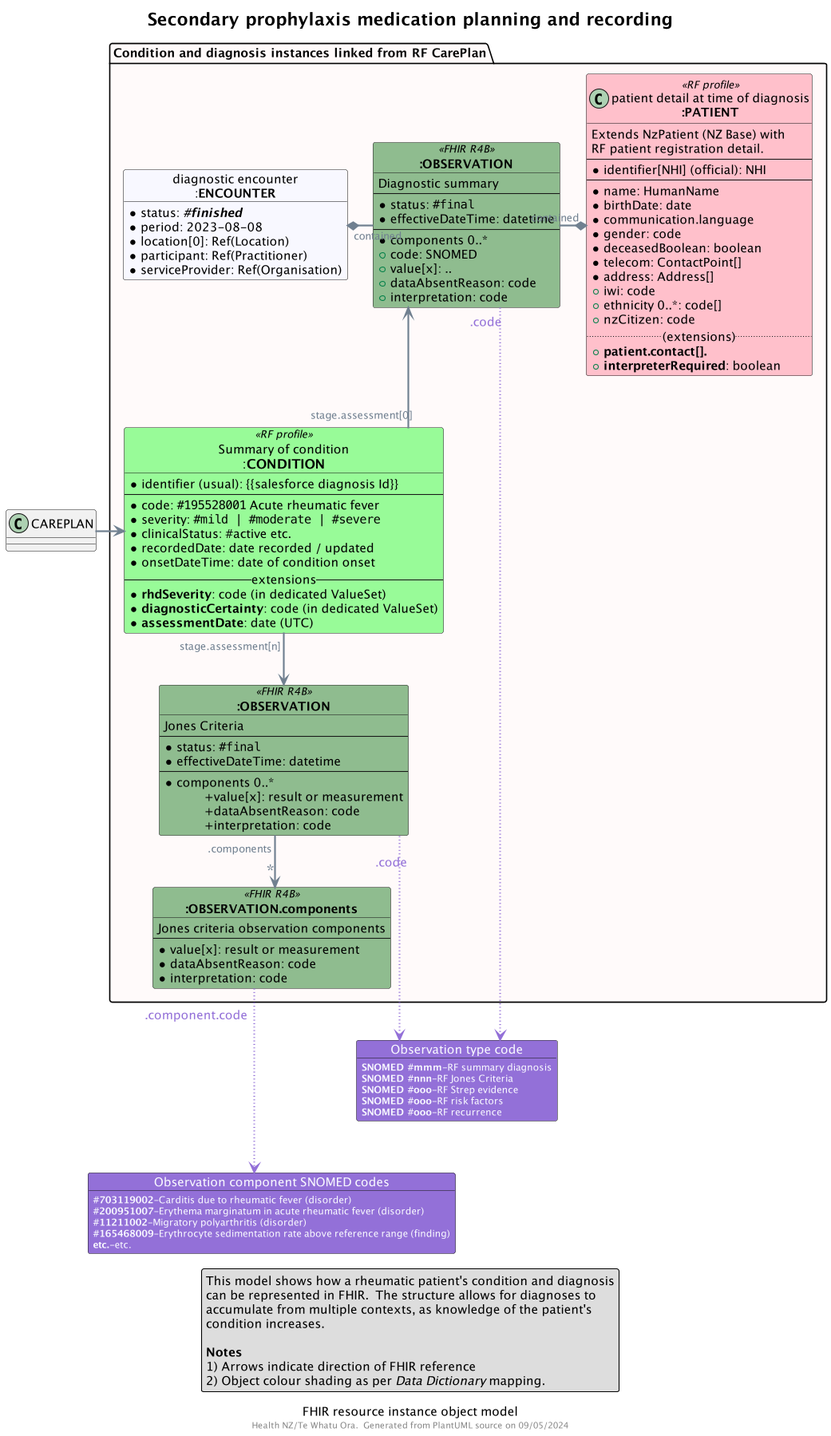
Earlier version of the PlantUML export input/images/obj-FHIR-data-diagnosis.png (tewhatuora/cinc-fhir-ig). Source of this version:
```plantuml
@startuml obj-FHIR-data-diagnosis

top to bottom direction
skinparam dpi 200
allow_mixing
scale 500 width

skinparam ActivityDiamondBackgroundColor #RoyalBlue
skinparam ArrowColor #SlateGrey
skinparam ArrowFontColor #RoyalBlue
skinparam ArrowFontColor #SlateGrey
skinparam ArrowFontSize 12
skinparam ArrowMessageAlignment left
skinparam BoxPadding 10
skinparam linetype ortho
skinparam nodesep 30
skinparam ranksep 60
skinparam roundcorner 5
skinparam sequenceArrowThickness 2
skinparam TitleFontSize 20

caption FHIR resource instance object model
footer "Health NZ/Te Whatu Ora.  Generated from PlantUML source on %date('dd/MM/yyyy')"

!procedure $Coding($Alias,$System,$Code,$Display)
  object "<color:GhostWhite>$System" as $Alias #MediumPurple {
    <color:GhostWhite><size:11>**$Code**-$Display
  }
!endprocedure

!procedure $Quantity($Alias,$Quantity,$Value,$Unit)
  object "<color:GhostWhite><size:12>$Quantity</color>" as $Alias #DimGrey {
    <color:GhostWhite><size:11>**$Value** ""$Unit""
  }
!endprocedure

title "Secondary prophylaxis medication planning and recording"

package "Condition and diagnosis instances linked from RF CarePlan" as Activities #Snow {

  object "Summary of condition\n<size:15>:**CONDITION**" as RFCOND <<RF profile>> #PaleGreen {
    * identifier (usual): {{salesforce diagnosis Id}}
    ---
     * code: ""#195528001"" Acute rheumatic fever
     * severity: ""#mild | #moderate | #severe""
     * clinicalStatus: #active etc.
     * recordedDate: date recorded / updated
     * onsetDateTime: date of condition onset
    -- extensions --
      * **rhdSeverity**: code (in dedicated ValueSet)
      * **diagnosticCertainty**: code (in dedicated ValueSet)
      * **assessmentDate**: date (UTC)
  }

  object "**:OBSERVATION**" as OBS1 <<FHIR R4B>> #DarkSeaGreen {
    Diagnostic summary
    ---
    * status: ""#final""
    * effectiveDateTime: datetime
    ---
    * components 0..*
    +  code: SNOMED
    +  value[x]: ..
    +  dataAbsentReason: code
    +  interpretation: code
  }

  class "patient detail at time of diagnosis\n**:PATIENT**" as DPATIENT <<RF profile>> #Pink {
    Extends NzPatient (NZ Base) with
     RF patient registration detail.
    ---
    *identifier[NHI] (official): NHI
    ---
    *name: HumanName
    *birthDate: date
    *communication.language
    *gender: code
    *deceasedBoolean: boolean
    *telecom: ContactPoint[]
    *address: Address[]
    +iwi: code
    +ethnicity 0..*: code[]
    +nzCitizen: code
    .. (extensions)..
    +**patient.contact[].**
    +**interpreterRequired**: boolean
  }

  object "**:OBSERVATION**" as OBS2 <<FHIR R4B>> #DarkSeaGreen {
    Jones Criteria
    ---
    * status: ""#final""
    * effectiveDateTime: datetime
    ---
    * components 0..*
    \t+value[x]: result or measurement
    \t+dataAbsentReason: code
    \t+interpretation: code
  }

  object "**:OBSERVATION.components**" as OBS2comp <<FHIR R4B>> #DarkSeaGreen {
    Jones criteria observation components
    ---
    * value[x]: result or measurement
    * dataAbsentReason: code
    * interpretation: code
  }

  object "diagnostic encounter\n:**ENCOUNTER**" as ENCDIAG #GhostWhite {
    * status: //**#finished**//
    * period: 2023-08-08
    * location[0]: Ref(Location)
    * participant: Ref(Practitioner)
    * serviceProvider: Ref(Organisation)
  }


}
$Coding(ObsCode,"Observation type code","SNOMED #mmm","RF summary diagnosis")
$Coding(ObsCode,"Observation type code","SNOMED #nnn","RF Jones Criteria")
$Coding(ObsCode,"Observation type code","SNOMED #ooo","RF Strep evidence")
$Coding(ObsCode,"Observation type code","SNOMED #ooo","RF risk factors")
$Coding(ObsCode,"Observation type code","SNOMED #ooo","RF recurrence")


$Coding(ObsComp,"Observation component SNOMED codes","#703119002","Carditis due to rheumatic fever (disorder)")
$Coding(ObsComp,"Observation component SNOMED codes","#200951007","Erythema marginatum in acute rheumatic fever (disorder)")
$Coding(ObsComp,"Observation component SNOMED codes","#11211002","Migratory polyarthritis (disorder)")
$Coding(ObsComp,"Observation component SNOMED codes","#165468009","Erythrocyte sedimentation rate above reference range (finding) ")
$Coding(ObsComp,"Observation component SNOMED codes","etc.","etc.")


CAREPLAN -> RFCOND

RFCOND "stage.assessment[0]" -u-> OBS1
RFCOND "stage.assessment[n]" -d-> OBS2

OBS2 ".components" --> "<size:20>*" OBS2comp

OBS1 "contained" -r--* DPATIENT
OBS1 "contained" -l--* ENCDIAG

OBS1 "<color:MediumPurple><size:14>.code" -[#MediumPurple,dotted]--> ObsCode
OBS2 "\n<color:MediumPurple><size:14>.code" -[#MediumPurple,dotted]--> ObsCode
OBS2comp "\n<color:MediumPurple><size:14>.component.code" -[#MediumPurple,dotted]d--> ObsComp

legend bottom
  This model shows how a rheumatic patient's condition and diagnosis
  can be represented in FHIR.  The structure allows for diagnoses to
  accumulate from multiple contexts, as knowledge of the patient's
  condition increases.

  **Notes**
  1) Arrows indicate direction of FHIR reference
  2) Object colour shading as per //Data Dictionary// mapping.
endlegend


@enduml
```
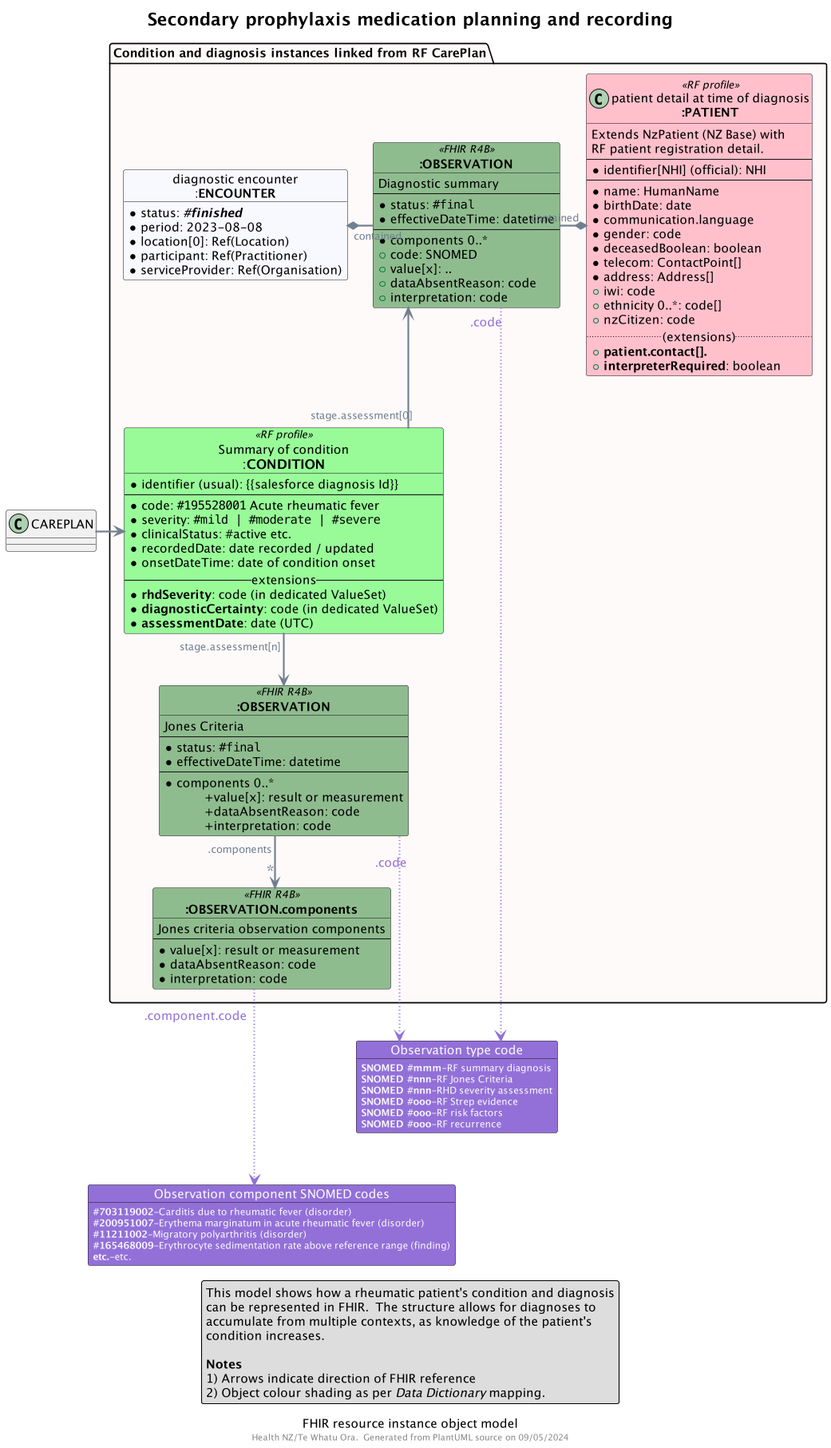
After the commit.

Commit message:
fleshed out diagnostic type codes

What changed in the source:
```diff
@@ -118,10 +118,10 @@
 }
 $Coding(ObsCode,"Observation type code","SNOMED #mmm","RF summary diagnosis")
 $Coding(ObsCode,"Observation type code","SNOMED #nnn","RF Jones Criteria")
+$Coding(ObsCode,"Observation type code","SNOMED #nnn","RHD severity assessment")
 $Coding(ObsCode,"Observation type code","SNOMED #ooo","RF Strep evidence")
 $Coding(ObsCode,"Observation type code","SNOMED #ooo","RF risk factors")
 $Coding(ObsCode,"Observation type code","SNOMED #ooo","RF recurrence")
-
 
 $Coding(ObsComp,"Observation component SNOMED codes","#703119002","Carditis due to rheumatic fever (disorder)")
 $Coding(ObsComp,"Observation component SNOMED codes","#200951007","Erythema marginatum in acute rheumatic fever (disorder)")
```
